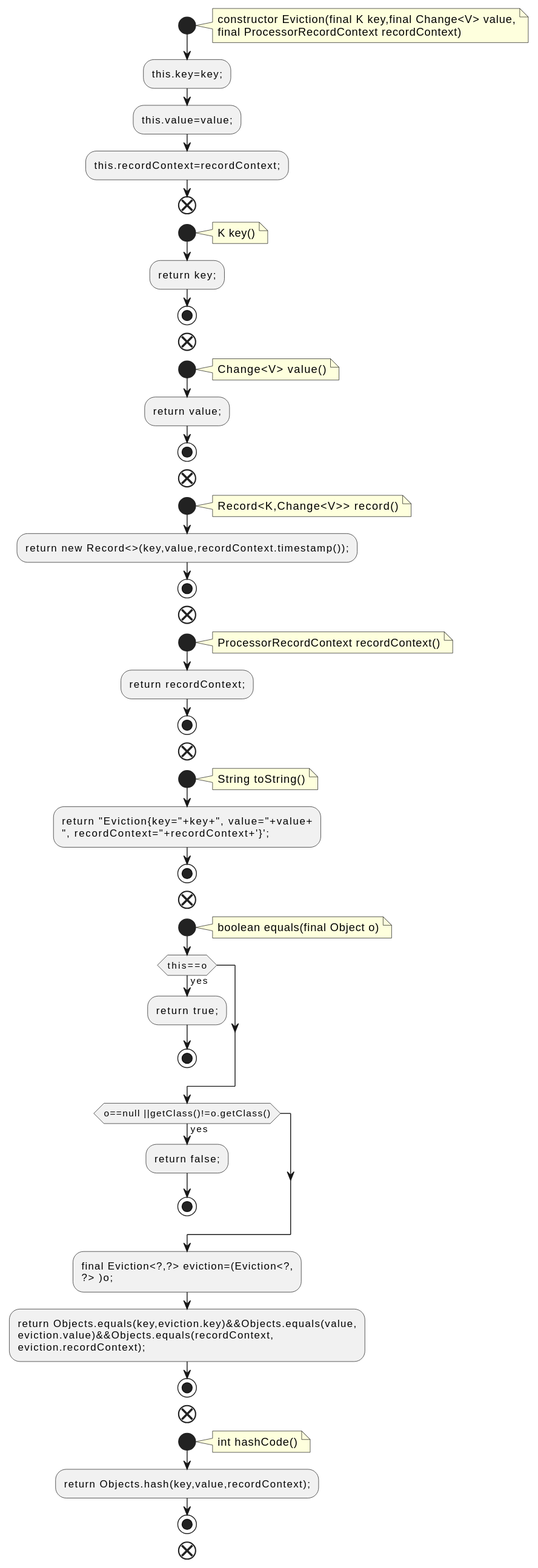
This is docs/qc/streams/src/main/java/org/apache/kafka/streams/state/internals/TimeOrderedKeyValueBuffer.java.fct.svg from qualitesys/kafka, a PlantUML export, as it was before one commit.
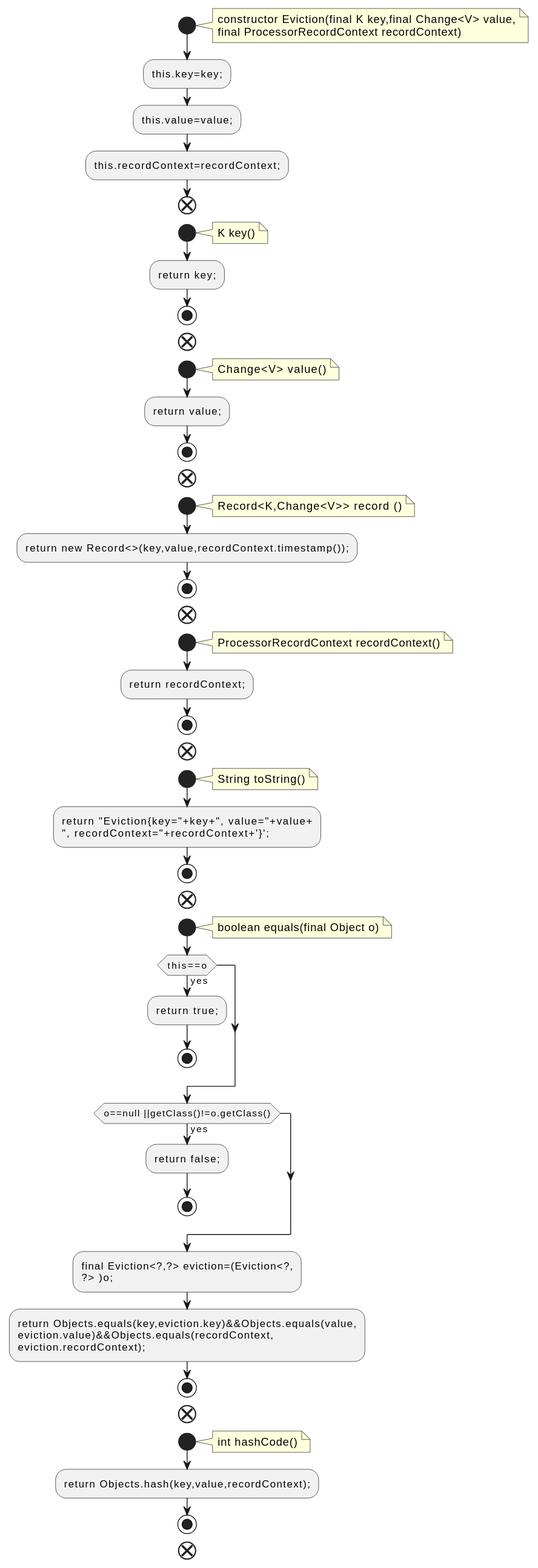
The same diagram one commit later.

What changed in the source:
```diff
@@ -25,7 +25,7 @@
 end
 start
 note right
-Record<K,Change<V>> record()
+Record<K,Change<V>> record ()
 end note
 :return new Record<>(key,value,recordContext.timestamp());;
 stop
```
